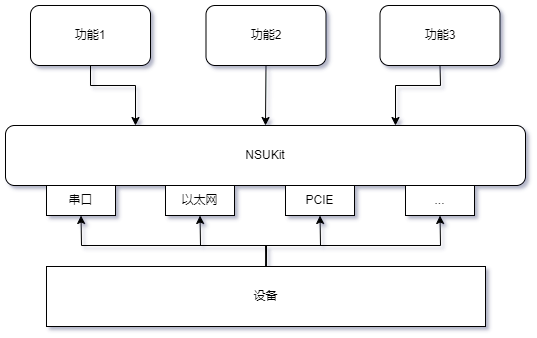
Before: docs/image/main_framework.png, a diagram exported from draw.io (naishu-tech/PyNSUKit). Source tidied: cells renumbered, new cells last; positions are measured from the earlier drawing's top-left corner, leaving out a move shared by most shapes. The source it was exported from:
```xml
<mxGraphModel>
  <root>
    <mxCell id="0" />
    <mxCell id="1" parent="0" />
    <mxCell id="2" value="NSUKit" style="rounded=1;whiteSpace=wrap;html=1;" parent="1" vertex="1">
      <mxGeometry y="120" width="520" height="60" as="geometry" />
    </mxCell>
    <mxCell id="3" value="串口" style="rounded=0;whiteSpace=wrap;html=1;" parent="1" vertex="1">
      <mxGeometry x="41" y="180" width="69" height="30" as="geometry" />
    </mxCell>
    <mxCell id="4" value="以太网" style="rounded=0;whiteSpace=wrap;html=1;" parent="1" vertex="1">
      <mxGeometry x="160" y="180" width="69" height="30" as="geometry" />
    </mxCell>
    <mxCell id="5" value="PCIE" style="rounded=0;whiteSpace=wrap;html=1;" parent="1" vertex="1">
      <mxGeometry x="280" y="180" width="69" height="30" as="geometry" />
    </mxCell>
    <mxCell id="6" value="..." style="rounded=0;whiteSpace=wrap;html=1;" parent="1" vertex="1">
      <mxGeometry x="400" y="180" width="69" height="30" as="geometry" />
    </mxCell>
    <mxCell id="7" style="edgeStyle=none;rounded=0;jettySize=auto;html=1;exitX=0.5;exitY=0;exitDx=0;exitDy=0;entryX=0.5;entryY=1;entryDx=0;entryDy=0;" parent="1" edge="1" source="11" target="3">
      <mxGeometry relative="1" as="geometry">
        <Array as="points">
          <mxPoint x="261" y="240" />
          <mxPoint x="76" y="240" />
        </Array>
      </mxGeometry>
    </mxCell>
    <mxCell id="8" style="edgeStyle=none;rounded=0;jettySize=auto;html=1;exitX=0.5;exitY=0;exitDx=0;exitDy=0;entryX=0.5;entryY=1;entryDx=0;entryDy=0;" parent="1" edge="1" source="11" target="4">
      <mxGeometry relative="1" as="geometry">
        <Array as="points">
          <mxPoint x="261" y="240" />
          <mxPoint x="195" y="240" />
        </Array>
      </mxGeometry>
    </mxCell>
    <mxCell id="9" style="edgeStyle=none;rounded=0;jettySize=auto;html=1;exitX=0.5;exitY=0;exitDx=0;exitDy=0;entryX=0.5;entryY=1;entryDx=0;entryDy=0;" parent="1" edge="1" source="11" target="5">
      <mxGeometry relative="1" as="geometry">
        <Array as="points">
          <mxPoint x="260" y="240" />
          <mxPoint x="315" y="240" />
        </Array>
      </mxGeometry>
    </mxCell>
    <mxCell id="10" style="edgeStyle=none;rounded=0;jettySize=auto;html=1;exitX=0.5;exitY=0;exitDx=0;exitDy=0;entryX=0.5;entryY=1;entryDx=0;entryDy=0;" parent="1" edge="1" source="11" target="6">
      <mxGeometry relative="1" as="geometry">
        <Array as="points">
          <mxPoint x="261" y="240" />
          <mxPoint x="435" y="240" />
        </Array>
      </mxGeometry>
    </mxCell>
    <mxCell id="11" value="设备" style="rounded=0;whiteSpace=wrap;html=1;" parent="1" vertex="1">
      <mxGeometry x="41" y="261" width="439" height="60" as="geometry" />
    </mxCell>
    <mxCell id="12" style="edgeStyle=none;rounded=0;jettySize=auto;html=1;exitX=0.5;exitY=1;exitDx=0;exitDy=0;entryX=0.25;entryY=0;entryDx=0;entryDy=0;" parent="1" edge="1" source="13" target="2">
      <mxGeometry relative="1" as="geometry">
        <Array as="points">
          <mxPoint x="85" y="80" />
          <mxPoint x="130" y="80" />
        </Array>
      </mxGeometry>
    </mxCell>
    <mxCell id="13" value="功能1" style="rounded=1;whiteSpace=wrap;html=1;" parent="1" vertex="1">
      <mxGeometry x="25" width="120" height="60" as="geometry" />
    </mxCell>
    <mxCell id="14" style="edgeStyle=none;rounded=0;jettySize=auto;html=1;exitX=0.5;exitY=1;exitDx=0;exitDy=0;entryX=0.5;entryY=0;entryDx=0;entryDy=0;" parent="1" edge="1" source="15" target="2">
      <mxGeometry relative="1" as="geometry" />
    </mxCell>
    <mxCell id="15" value="功能2" style="rounded=1;whiteSpace=wrap;html=1;" parent="1" vertex="1">
      <mxGeometry x="200.5" width="120" height="60" as="geometry" />
    </mxCell>
    <mxCell id="16" style="edgeStyle=none;rounded=0;jettySize=auto;html=1;exitX=0.5;exitY=1;exitDx=0;exitDy=0;entryX=0.75;entryY=0;entryDx=0;entryDy=0;" parent="1" edge="1" source="17" target="2">
      <mxGeometry relative="1" as="geometry">
        <Array as="points">
          <mxPoint x="435" y="80" />
          <mxPoint x="390" y="80" />
        </Array>
      </mxGeometry>
    </mxCell>
    <mxCell id="17" value="功能3" style="rounded=1;whiteSpace=wrap;html=1;" parent="1" vertex="1">
      <mxGeometry x="374.5" width="120" height="60" as="geometry" />
    </mxCell>
  </root>
</mxGraphModel>
```
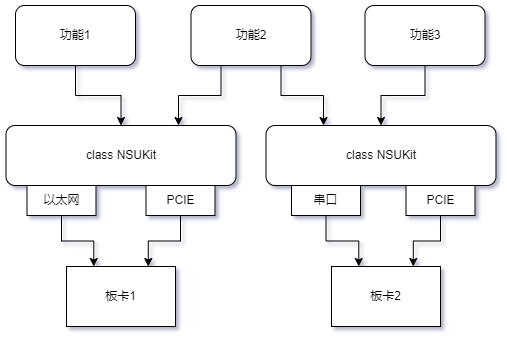
Above is the later version.

The edit, as a diff of the source:
```diff
@@ -2,83 +2,62 @@
   <root>
     <mxCell id="0" />
     <mxCell id="1" parent="0" />
-    <mxCell id="2" value="NSUKit" style="rounded=1;whiteSpace=wrap;html=1;" parent="1" vertex="1">
-      <mxGeometry y="120" width="520" height="60" as="geometry" />
+    <mxCell id="2" value="class NSUKit" style="rounded=1;whiteSpace=wrap;html=1;" parent="1" vertex="1">
+      <mxGeometry x="15.5" y="120" width="230" height="60" as="geometry" />
     </mxCell>
-    <mxCell id="3" value="串口" style="rounded=0;whiteSpace=wrap;html=1;" parent="1" vertex="1">
-      <mxGeometry x="41" y="180" width="69" height="30" as="geometry" />
+    <mxCell id="3" style="edgeStyle=orthogonalEdgeStyle;rounded=0;jettySize=auto;html=1;exitX=0.5;exitY=1;exitDx=0;exitDy=0;entryX=0.25;entryY=0;entryDx=0;entryDy=0;" parent="1" edge="1" source="4" target="17">
+      <mxGeometry relative="1" as="geometry" />
     </mxCell>
-    <mxCell id="4" value="以太网" style="rounded=0;whiteSpace=wrap;html=1;" parent="1" vertex="1">
-      <mxGeometry x="160" y="180" width="69" height="30" as="geometry" />
+    <mxCell id="4" value="串口" style="rounded=0;whiteSpace=wrap;html=1;" parent="1" vertex="1">
+      <mxGeometry x="301" y="180" width="69" height="30" as="geometry" />
     </mxCell>
-    <mxCell id="5" value="PCIE" style="rounded=0;whiteSpace=wrap;html=1;" parent="1" vertex="1">
-      <mxGeometry x="280" y="180" width="69" height="30" as="geometry" />
+    <mxCell id="5" style="edgeStyle=orthogonalEdgeStyle;rounded=0;jettySize=auto;html=1;exitX=0.5;exitY=1;exitDx=0;exitDy=0;entryX=0.25;entryY=0;entryDx=0;entryDy=0;" parent="1" edge="1" source="6" target="9">
+      <mxGeometry relative="1" as="geometry" />
     </mxCell>
-    <mxCell id="6" value="..." style="rounded=0;whiteSpace=wrap;html=1;" parent="1" vertex="1">
-      <mxGeometry x="400" y="180" width="69" height="30" as="geometry" />
+    <mxCell id="6" value="以太网" style="rounded=0;whiteSpace=wrap;html=1;" parent="1" vertex="1">
+      <mxGeometry x="36.5" y="180" width="69" height="30" as="geometry" />
     </mxCell>
-    <mxCell id="7" style="edgeStyle=none;rounded=0;jettySize=auto;html=1;exitX=0.5;exitY=0;exitDx=0;exitDy=0;entryX=0.5;entryY=1;entryDx=0;entryDy=0;" parent="1" edge="1" source="11" target="3">
-      <mxGeometry relative="1" as="geometry">
-        <Array as="points">
-          <mxPoint x="261" y="240" />
-          <mxPoint x="76" y="240" />
-        </Array>
-      </mxGeometry>
+    <mxCell id="7" style="edgeStyle=orthogonalEdgeStyle;rounded=0;jettySize=auto;html=1;exitX=0.5;exitY=1;exitDx=0;exitDy=0;entryX=0.75;entryY=0;entryDx=0;entryDy=0;" parent="1" edge="1" source="8" target="9">
+      <mxGeometry relative="1" as="geometry" />
     </mxCell>
-    <mxCell id="8" style="edgeStyle=none;rounded=0;jettySize=auto;html=1;exitX=0.5;exitY=0;exitDx=0;exitDy=0;entryX=0.5;entryY=1;entryDx=0;entryDy=0;" parent="1" edge="1" source="11" target="4">
-      <mxGeometry relative="1" as="geometry">
-        <Array as="points">
-          <mxPoint x="261" y="240" />
-          <mxPoint x="195" y="240" />
-        </Array>
-      </mxGeometry>
+    <mxCell id="8" value="PCIE" style="rounded=0;whiteSpace=wrap;html=1;" parent="1" vertex="1">
+      <mxGeometry x="155.5" y="180" width="69" height="30" as="geometry" />
     </mxCell>
-    <mxCell id="9" style="edgeStyle=none;rounded=0;jettySize=auto;html=1;exitX=0.5;exitY=0;exitDx=0;exitDy=0;entryX=0.5;entryY=1;entryDx=0;entryDy=0;" parent="1" edge="1" source="11" target="5">
-      <mxGeometry relative="1" as="geometry">
-        <Array as="points">
-          <mxPoint x="260" y="240" />
-          <mxPoint x="315" y="240" />
-        </Array>
-      </mxGeometry>
+    <mxCell id="9" value="板卡1" style="rounded=0;whiteSpace=wrap;html=1;" parent="1" vertex="1">
+      <mxGeometry x="76" y="261" width="109" height="60" as="geometry" />
     </mxCell>
-    <mxCell id="10" style="edgeStyle=none;rounded=0;jettySize=auto;html=1;exitX=0.5;exitY=0;exitDx=0;exitDy=0;entryX=0.5;entryY=1;entryDx=0;entryDy=0;" parent="1" edge="1" source="11" target="6">
-      <mxGeometry relative="1" as="geometry">
-        <Array as="points">
-          <mxPoint x="261" y="240" />
-          <mxPoint x="435" y="240" />
-        </Array>
-      </mxGeometry>
+    <mxCell id="10" style="edgeStyle=orthogonalEdgeStyle;rounded=0;jettySize=auto;html=1;exitX=0.5;exitY=1;exitDx=0;exitDy=0;entryX=0.5;entryY=0;entryDx=0;entryDy=0;" parent="1" edge="1" source="11" target="2">
+      <mxGeometry relative="1" as="geometry" />
     </mxCell>
-    <mxCell id="11" value="设备" style="rounded=0;whiteSpace=wrap;html=1;" parent="1" vertex="1">
-      <mxGeometry x="41" y="261" width="439" height="60" as="geometry" />
+    <mxCell id="11" value="功能1" style="rounded=1;whiteSpace=wrap;html=1;" parent="1" vertex="1">
+      <mxGeometry x="25" width="120" height="60" as="geometry" />
     </mxCell>
-    <mxCell id="12" style="edgeStyle=none;rounded=0;jettySize=auto;html=1;exitX=0.5;exitY=1;exitDx=0;exitDy=0;entryX=0.25;entryY=0;entryDx=0;entryDy=0;" parent="1" edge="1" source="13" target="2">
-      <mxGeometry relative="1" as="geometry">
-        <Array as="points">
-          <mxPoint x="85" y="80" />
-          <mxPoint x="130" y="80" />
-        </Array>
-      </mxGeometry>
+    <mxCell id="12" style="edgeStyle=orthogonalEdgeStyle;rounded=0;jettySize=auto;html=1;exitX=0.25;exitY=1;exitDx=0;exitDy=0;entryX=0.75;entryY=0;entryDx=0;entryDy=0;" parent="1" edge="1" source="14" target="2">
+      <mxGeometry relative="1" as="geometry" />
     </mxCell>
-    <mxCell id="13" value="功能1" style="rounded=1;whiteSpace=wrap;html=1;" parent="1" vertex="1">
-      <mxGeometry x="25" width="120" height="60" as="geometry" />
+    <mxCell id="13" style="edgeStyle=orthogonalEdgeStyle;rounded=0;jettySize=auto;html=1;exitX=0.75;exitY=1;exitDx=0;exitDy=0;entryX=0.25;entryY=0;entryDx=0;entryDy=0;" parent="1" edge="1" source="14" target="18">
+      <mxGeometry relative="1" as="geometry" />
     </mxCell>
-    <mxCell id="14" style="edgeStyle=none;rounded=0;jettySize=auto;html=1;exitX=0.5;exitY=1;exitDx=0;exitDy=0;entryX=0.5;entryY=0;entryDx=0;entryDy=0;" parent="1" edge="1" source="15" target="2">
-      <mxGeometry relative="1" as="geometry" />
+    <mxCell id="14" value="功能2" style="rounded=1;whiteSpace=wrap;html=1;" parent="1" vertex="1">
+      <mxGeometry x="200.5" width="120" height="60" as="geometry" />
     </mxCell>
-    <mxCell id="15" value="功能2" style="rounded=1;whiteSpace=wrap;html=1;" parent="1" vertex="1">
-      <mxGeometry x="200.5" width="120" height="60" as="geometry" />
+    <mxCell id="15" style="edgeStyle=orthogonalEdgeStyle;rounded=0;jettySize=auto;html=1;exitX=0.5;exitY=1;exitDx=0;exitDy=0;entryX=0.5;entryY=0;entryDx=0;entryDy=0;" parent="1" edge="1" source="16" target="18">
+      <mxGeometry relative="1" as="geometry" />
     </mxCell>
-    <mxCell id="16" style="edgeStyle=none;rounded=0;jettySize=auto;html=1;exitX=0.5;exitY=1;exitDx=0;exitDy=0;entryX=0.75;entryY=0;entryDx=0;entryDy=0;" parent="1" edge="1" source="17" target="2">
-      <mxGeometry relative="1" as="geometry">
-        <Array as="points">
-          <mxPoint x="435" y="80" />
-          <mxPoint x="390" y="80" />
-        </Array>
-      </mxGeometry>
+    <mxCell id="16" value="功能3" style="rounded=1;whiteSpace=wrap;html=1;" parent="1" vertex="1">
+      <mxGeometry x="374.5" width="120" height="60" as="geometry" />
     </mxCell>
-    <mxCell id="17" value="功能3" style="rounded=1;whiteSpace=wrap;html=1;" parent="1" vertex="1">
-      <mxGeometry x="374.5" width="120" height="60" as="geometry" />
+    <mxCell id="17" value="板卡2" style="rounded=0;whiteSpace=wrap;html=1;" parent="1" vertex="1">
+      <mxGeometry x="341" y="261" width="109" height="60" as="geometry" />
     </mxCell>
+    <mxCell id="18" value="class NSUKit" style="rounded=1;whiteSpace=wrap;html=1;" parent="1" vertex="1">
+      <mxGeometry x="275.5" y="120" width="230" height="60" as="geometry" />
+    </mxCell>
+    <mxCell id="19" style="edgeStyle=orthogonalEdgeStyle;rounded=0;jettySize=auto;html=1;exitX=0.5;exitY=1;exitDx=0;exitDy=0;entryX=0.75;entryY=0;entryDx=0;entryDy=0;" parent="1" edge="1" source="20" target="17">
+      <mxGeometry relative="1" as="geometry" />
+    </mxCell>
+    <mxCell id="20" value="PCIE" style="rounded=0;whiteSpace=wrap;html=1;" parent="1" vertex="1">
+      <mxGeometry x="415.5" y="180" width="69" height="30" as="geometry" />
+    </mxCell>
   </root>
 </mxGraphModel>
```
